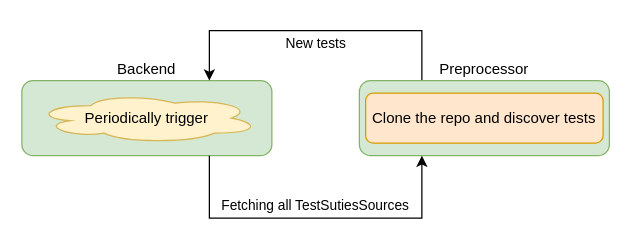
Before: page "Fetch test suites" (2 of 3) of SAVE_cloud-test-run.drawio in diktat-static-analysis/save-diagram, a draw.io diagram. Source tidied: cells renumbered, new cells numbered last; positions are measured from the earlier drawing's top-left corner, leaving out a move shared by most shapes. Both pictures are drawn from the tidied source at 125%, with x=0, y=0 at pixel (21, 30).
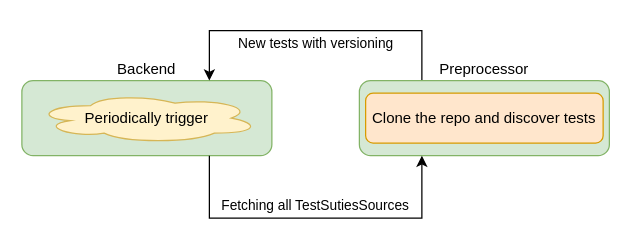
Above is the later version.

Change to the diagram source:
```diff
@@
 <mxGraphModel>
   <root>
     <mxCell id="0" />
     <mxCell id="1" parent="0" />
     <mxCell id="2" value="Backend" style="rounded=1;whiteSpace=wrap;html=1;fillColor=#d5e8d4;strokeColor=#82b366;labelPosition=center;verticalLabelPosition=top;align=center;verticalAlign=bottom;" parent="1" vertex="1">
       <mxGeometry y="40" width="200" height="60" as="geometry" />
     </mxCell>
-    <mxCell id="3" value="New tests" style="edgeStyle=orthogonalEdgeStyle;rounded=0;jettySize=auto;html=1;exitX=0.25;exitY=0;exitDx=0;exitDy=0;entryX=0.75;entryY=0;entryDx=0;entryDy=0;endArrow=classic;endFill=1;" parent="1" edge="1" source="4" target="2">
+    <mxCell id="3" value="New tests with versioning" style="edgeStyle=orthogonalEdgeStyle;rounded=0;jettySize=auto;html=1;exitX=0.25;exitY=0;exitDx=0;exitDy=0;entryX=0.75;entryY=0;entryDx=0;entryDy=0;endArrow=classic;endFill=1;" parent="1" edge="1" source="4" target="2">
       <mxGeometry y="10" relative="1" as="geometry">
         <Array as="points">
           <mxPoint x="320" />
           <mxPoint x="150" />
         </Array>
       </mxGeometry>
     </mxCell>
     <mxCell id="4" value="Preprocessor" style="rounded=1;whiteSpace=wrap;html=1;labelPosition=center;verticalLabelPosition=top;align=center;verticalAlign=bottom;fillColor=#d5e8d4;strokeColor=#82b366;" parent="1" vertex="1">
       <mxGeometry x="270" y="40" width="200" height="60" as="geometry" />
     </mxCell>
     <mxCell id="5" value="&amp;nbsp; &amp;nbsp;Fetching all TestSutiesSources" style="endArrow=classic;html=1;rounded=0;entryX=0.25;entryY=1;entryDx=0;entryDy=0;exitX=0.75;exitY=1;exitDx=0;exitDy=0;" parent="1" edge="1">
       <mxGeometry x="-0.04" y="10" relative="1" as="geometry">
         <mxPoint x="150" y="100" as="sourcePoint" />
         <mxPoint x="320" y="100" as="targetPoint" />
         <Array as="points">
           <mxPoint x="150" y="150" />
           <mxPoint x="320" y="150" />
         </Array>
       </mxGeometry>
     </mxCell>
     <mxCell id="6" value="Clone the repo and discover tests" style="rounded=1;whiteSpace=wrap;html=1;fillColor=#ffe6cc;strokeColor=#d79b00;" parent="1" vertex="1">
       <mxGeometry x="275" y="50" width="190" height="40" as="geometry" />
     </mxCell>
     <mxCell id="7" value="Periodically trigger" style="ellipse;shape=cloud;whiteSpace=wrap;html=1;fillColor=#fff2cc;strokeColor=#d6b656;" parent="1" vertex="1">
       <mxGeometry x="10" y="50" width="180" height="40" as="geometry" />
     </mxCell>
   </root>
 </mxGraphModel>
```
